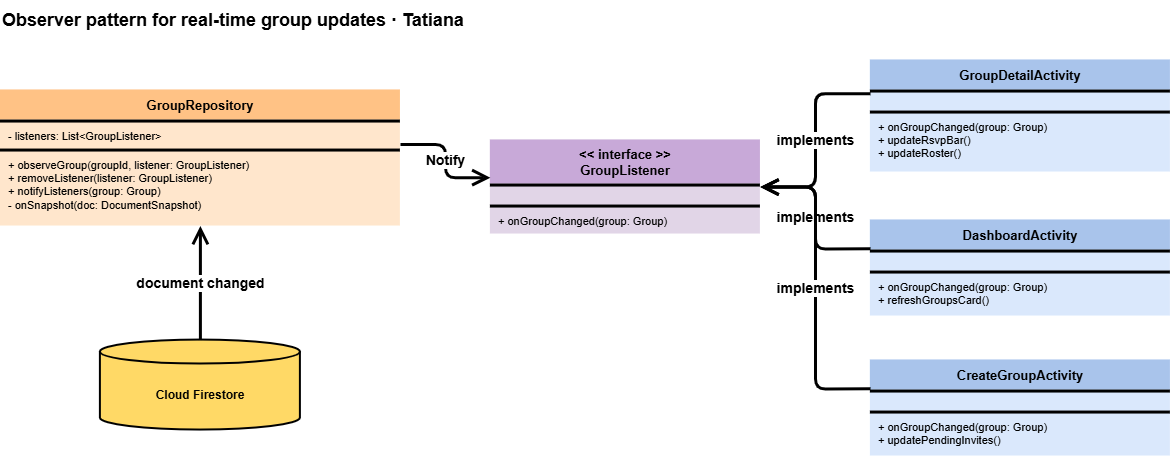
Above: img/Observerpattern.png in CONSTR-APLICACIONES-MOVILES/Sprint-2-Java (draw.io), before the change. Source tidied: cells renumbered, new cells last; positions are measured from the earlier drawing's top-left corner, leaving out a move shared by most shapes.
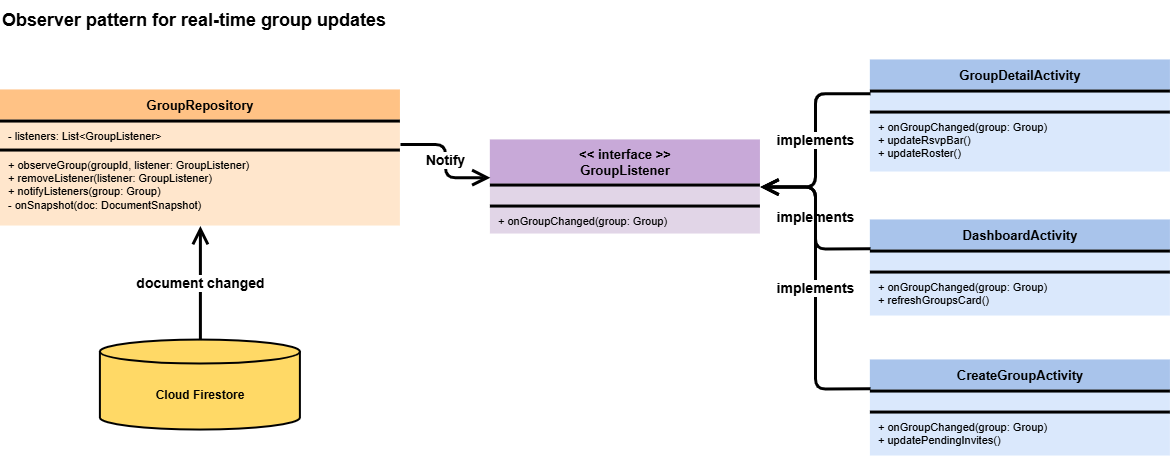
After the change.

Change to the diagram source:
```diff
@@ -2,7 +2,7 @@
   <root>
     <mxCell id="0" />
     <mxCell id="1" parent="0" />
-    <mxCell id="2" value="Observer pattern for real-time group updates · Tatiana" style="text;html=1;align=left;verticalAlign=middle;fontSize=18;fontStyle=1;fontColor=#000000;" parent="1" vertex="1">
+    <mxCell id="2" value="Observer pattern for real-time group updates&amp;nbsp;" style="text;html=1;align=left;verticalAlign=middle;fontSize=18;fontStyle=1;fontColor=#000000;" parent="1" vertex="1">
       <mxGeometry width="1100" height="40" as="geometry" />
     </mxCell>
     <mxCell id="3" style="rounded=0;whiteSpace=wrap;html=1;fillColor=#FFE6CC;strokeColor=none;" parent="1" vertex="1">
```
